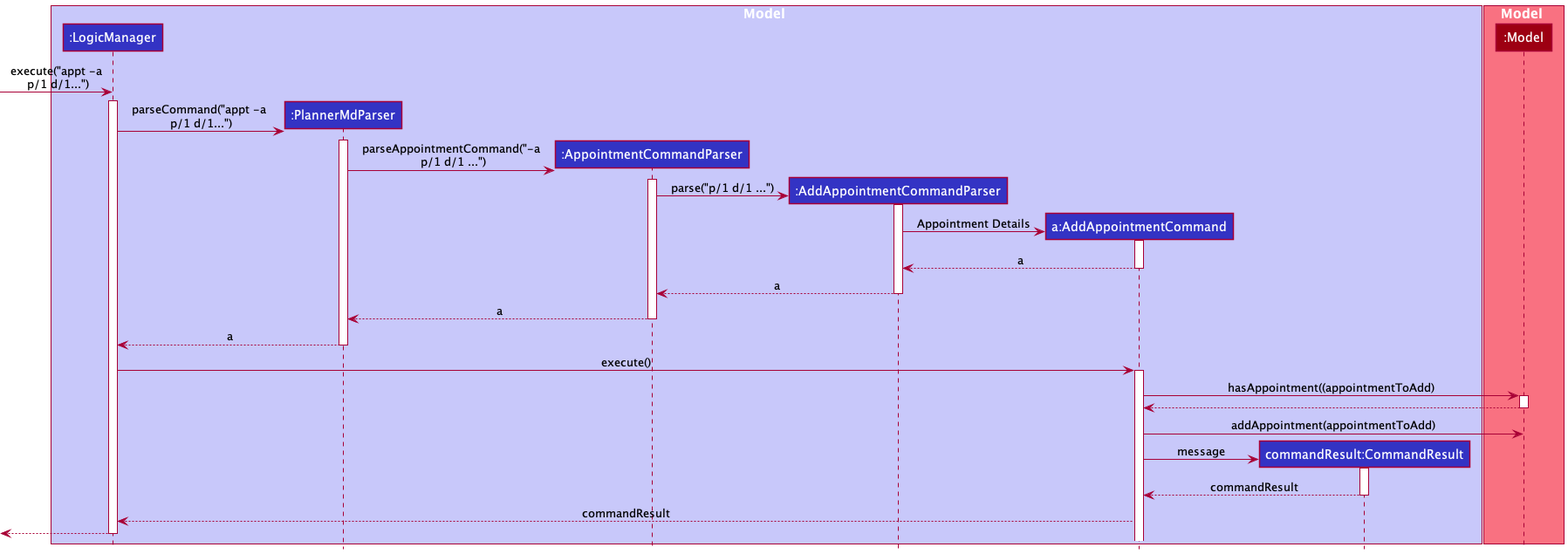
nus-cs2103-AY2122S1/tp keeps this PlantUML diagram as docs/images/AddAppointmentSequenceDiagram.png. Above is the earlier version. Source of this version:
```plantuml
@startuml
!include style.puml

box Model LOGIC_COLOR_T1
participant ":LogicManager" as LogicManager LOGIC_COLOR
participant ":PlannerMdParser" as PlannerMdParser LOGIC_COLOR
participant ":AppointmentCommandParser" as AppointmentCommandParser LOGIC_COLOR
participant ":AddAppointmentCommandParser" as AddAppointmentCommandParser LOGIC_COLOR
participant "a:AddAppointmentCommand" as AddAppointmentCommand LOGIC_COLOR
participant "commandResult:CommandResult" as CommandResult LOGIC_COLOR
end box
box Model MODEL_COLOR_T1
participant ":Model" as Model MODEL_COLOR
end box

create LogicManager
[-> LogicManager : execute("appt -a\n p/1 d/1...")
activate LogicManager

create PlannerMdParser
LogicManager -> PlannerMdParser : parseCommand("appt -a \np/1 d/1...")
activate PlannerMdParser

create AppointmentCommandParser
PlannerMdParser -> AppointmentCommandParser : parseAppointmentCommand("-a\n p/1 d/1 ...")
activate AppointmentCommandParser

create AddAppointmentCommandParser
AppointmentCommandParser -> AddAppointmentCommandParser : parse("p/1 d/1 ...")
activate AddAppointmentCommandParser

create AddAppointmentCommand
AddAppointmentCommandParser -> AddAppointmentCommand : Appointment Details
activate AddAppointmentCommand


AddAppointmentCommandParser<--AddAppointmentCommand : a
deactivate AddAppointmentCommand

AppointmentCommandParser <--AddAppointmentCommandParser : a
deactivate AddAppointmentCommandParser

PlannerMdParser <--AppointmentCommandParser : a
deactivate AppointmentCommandParser

LogicManager <--PlannerMdParser : a
deactivate PlannerMdParser

LogicManager -> AddAppointmentCommand : execute()
activate AddAppointmentCommand

AddAppointmentCommand -> Model : hasAppointment((appointmentToAdd)
activate Model
Model --> AddAppointmentCommand
deactivate Model

AddAppointmentCommand -> Model : addAppointment(appointmentToAdd)

create CommandResult
AddAppointmentCommand -> CommandResult : message
activate CommandResult
CommandResult --> AddAppointmentCommand : commandResult
deactivate CommandResult

AddAppointmentCommand --> LogicManager : commandResult

[<--LogicManager
deactivate LogicManager

@enduml
```
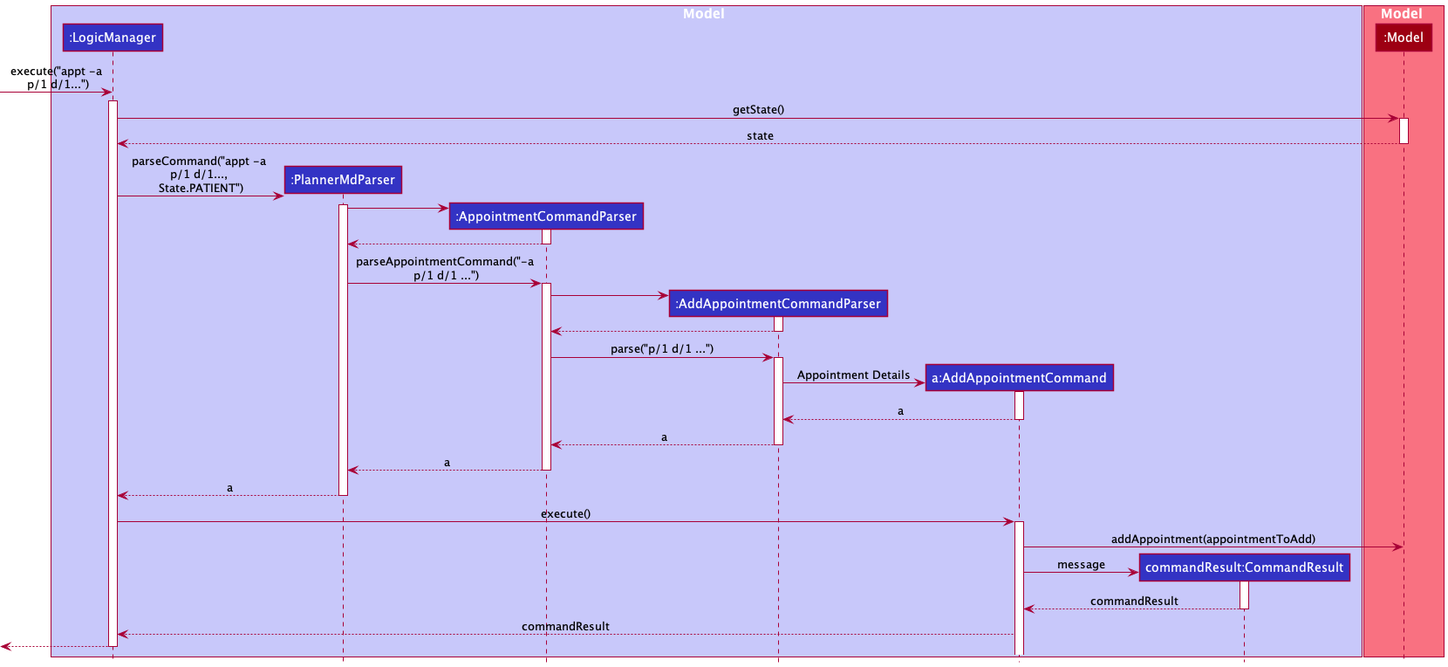
Above is the later version.

Change to the diagram source:
```diff
@@ -17,15 +17,33 @@
 [-> LogicManager : execute("appt -a\n p/1 d/1...")
 activate LogicManager
 
+LogicManager -> Model : getState()
+activate Model
+
+Model --> LogicManager : state
+deactivate Model
+
 create PlannerMdParser
-LogicManager -> PlannerMdParser : parseCommand("appt -a \np/1 d/1...")
+LogicManager -> PlannerMdParser : parseCommand("appt -a \np/1 d/1..., \nState.PATIENT")
 activate PlannerMdParser
 
 create AppointmentCommandParser
+PlannerMdParser -> AppointmentCommandParser
+activate AppointmentCommandParser
+
+AppointmentCommandParser --> PlannerMdParser
+deactivate AppointmentCommandParser
+
 PlannerMdParser -> AppointmentCommandParser : parseAppointmentCommand("-a\n p/1 d/1 ...")
 activate AppointmentCommandParser
 
 create AddAppointmentCommandParser
+AppointmentCommandParser -> AddAppointmentCommandParser
+activate AddAppointmentCommandParser
+
+AddAppointmentCommandParser --> AppointmentCommandParser
+deactivate AddAppointmentCommandParser
+
 AppointmentCommandParser -> AddAppointmentCommandParser : parse("p/1 d/1 ...")
 activate AddAppointmentCommandParser
 
@@ -49,11 +67,6 @@
 LogicManager -> AddAppointmentCommand : execute()
 activate AddAppointmentCommand
 
-AddAppointmentCommand -> Model : hasAppointment((appointmentToAdd)
-activate Model
-Model --> AddAppointmentCommand
-deactivate Model
-
 AddAppointmentCommand -> Model : addAppointment(appointmentToAdd)
 
 create CommandResult
```
